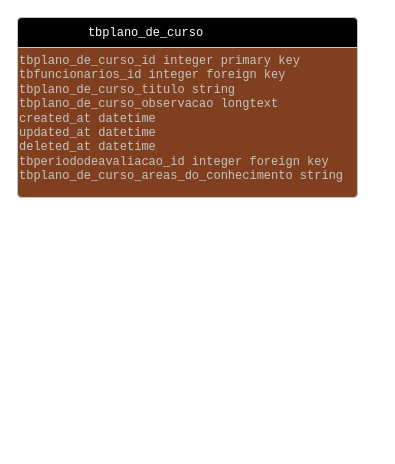
Earlier version of the draw.io diagram Diagrama sem nome.drawio (DjalmaANeto/modelagem-planos-de-curso-aula). Source tidied: cells renumbered, new cells numbered last; positions are measured from the earlier drawing's top-left corner, leaving out a move shared by most shapes. Both pictures are drawn from the tidied source at 100%, with x=0, y=0 at pixel (17, 17).
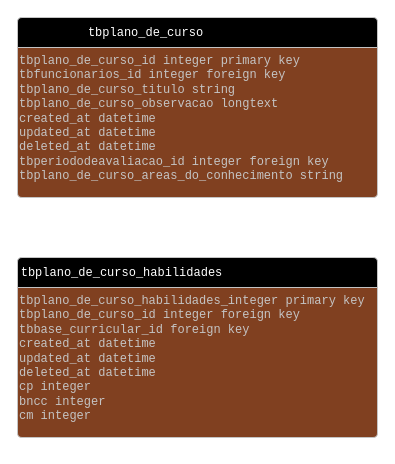
After the change.

Diff of the diagram source:
```diff
@@
 <mxGraphModel>
   <root>
     <mxCell id="0" />
     <mxCell id="1" parent="0" />
     <mxCell id="2" style="graphMlID=entity0;gradientDirection=east;shape=swimlane;startSize=30;rounded=1;arcSize=5;fillColor=undefined;strokeColor=#c4c4c4;strokeWidth=1.0;swimlaneFillColor=#804020;" parent="1" vertex="1">
-      <mxGeometry width="340" height="180" as="geometry" />
+      <mxGeometry width="360" height="180" as="geometry" />
     </mxCell>
     <mxCell id="3" value="tbplano_de_curso_id integer primary key&lt;br&gt;tbfuncionarios_id integer foreign key&lt;br&gt;tbplano_de_curso_titulo string&amp;nbsp;&lt;br&gt;tbplano_de_curso_observacao longtext&lt;br&gt;created_at datetime&lt;br&gt;updated_at datetime&lt;br&gt;deleted_at datetime&lt;br&gt;tbperiododeavaliacao_id integer foreign key&lt;br&gt;tbplano_de_curso_areas_do_conhecimento string" style="text;html=1;spacing=0;align=left;fontFamily=courier;fontSize=12;fontStyle=0;=center;fontColor=#c4c4c4;" parent="2" vertex="1">
-      <mxGeometry x="2" y="31.7" width="338" height="148.3" as="geometry" />
+      <mxGeometry x="2" y="31.7" width="358" height="148.3" as="geometry" />
     </mxCell>
     <mxCell id="4" value="tbplano_de_curso" style="text;html=1;spacing=0;align=center;fontFamily=courier;fontSize=12;fontStyle=0;=center;fontColor=#ffffff;" parent="2" vertex="1">
       <mxGeometry y="4" width="256" height="22" as="geometry" />
     </mxCell>
+    <mxCell id="5" style="graphMlID=entity0;gradientDirection=east;shape=swimlane;startSize=30;rounded=1;arcSize=5;fillColor=undefined;strokeColor=#c4c4c4;strokeWidth=1.0;swimlaneFillColor=#804020;" parent="1" vertex="1">
+      <mxGeometry y="240" width="360" height="180" as="geometry" />
+    </mxCell>
+    <mxCell id="6" value="tbplano_de_curso_habilidades_integer primary key&lt;br&gt;tbplano_de_curso_id integer foreign key&lt;br&gt;tbbase_curricular_id foreign key&lt;br&gt;created_at datetime&lt;br&gt;updated_at datetime&lt;br&gt;deleted_at datetime&lt;br&gt;cp integer&lt;br&gt;bncc integer&lt;br&gt;cm integer" style="text;html=1;spacing=0;align=left;fontFamily=courier;fontSize=12;fontStyle=0;=center;fontColor=#c4c4c4;" parent="5" vertex="1">
+      <mxGeometry x="2" y="31.7" width="358" height="157" as="geometry" />
+    </mxCell>
+    <mxCell id="7" value="tbplano_de_curso_habilidades" style="text;html=1;spacing=0;align=center;fontFamily=courier;fontSize=12;fontStyle=0;=center;fontColor=#ffffff;" parent="5" vertex="1">
+      <mxGeometry y="4" width="207" height="22" as="geometry" />
+    </mxCell>
   </root>
 </mxGraphModel>
```
